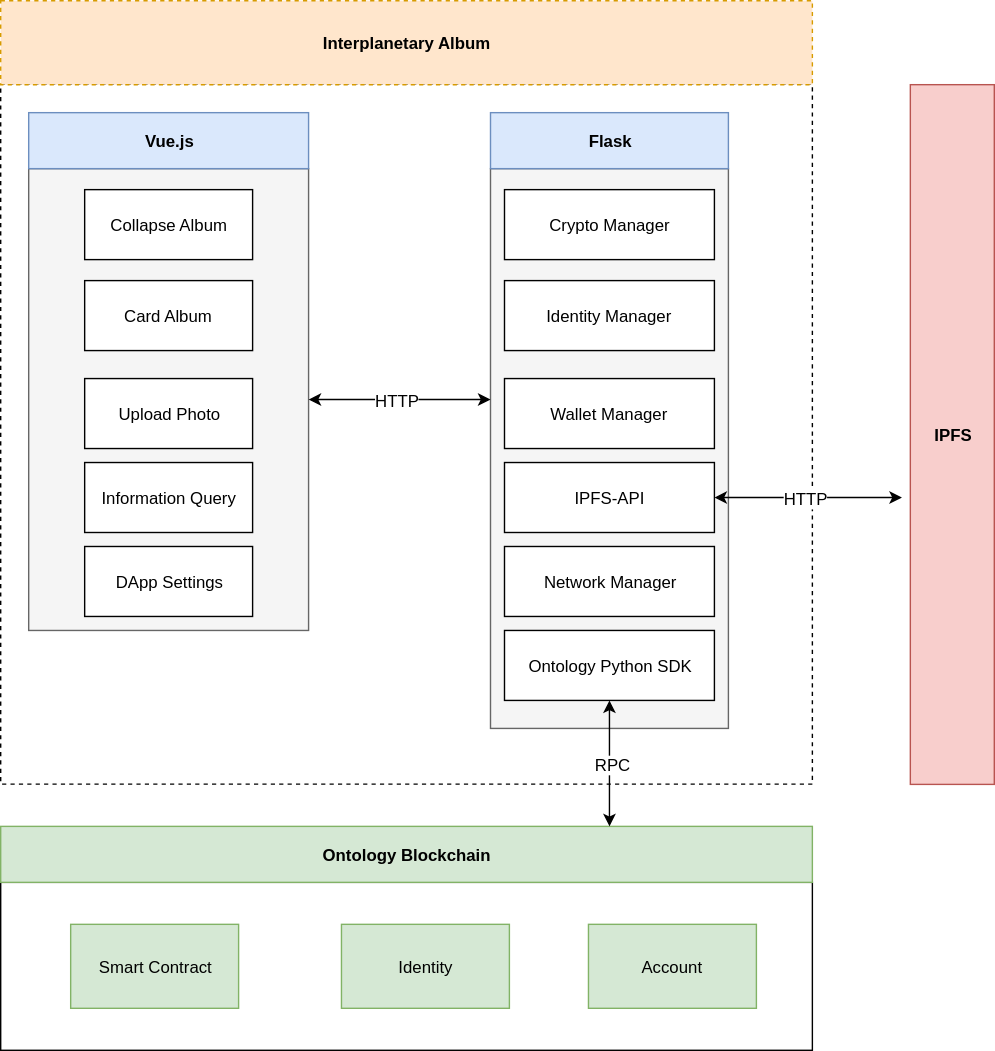
This is img/interplanetary-album.svg from punica-box/interplanetary-album-box, a draw.io export, as it was before one commit. Source tidied: cells renumbered, new cells last; positions are measured from the earlier drawing's top-left corner, leaving out a move shared by most shapes.
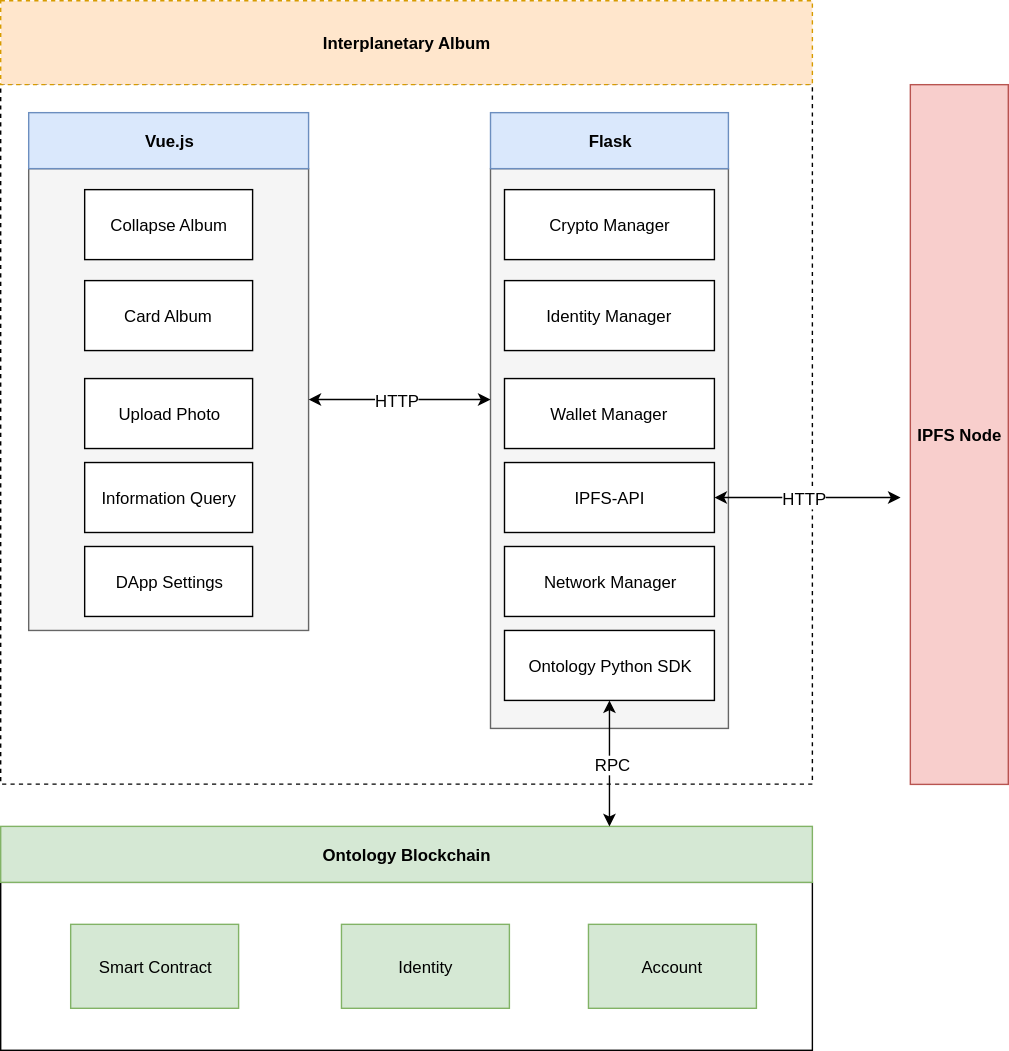
The same diagram one commit later.

The edit, as a diff of the source:
```diff
@@ -78,8 +78,8 @@
     <mxCell id="25" value="Identity" style="rounded=0;whiteSpace=wrap;html=1;fillColor=#d5e8d4;strokeColor=#82b366;" parent="1" vertex="1">
       <mxGeometry x="243.5" y="660" width="120" height="60" as="geometry" />
     </mxCell>
-    <mxCell id="26" value="&lt;b&gt;IPFS&lt;/b&gt;" style="rounded=0;whiteSpace=wrap;html=1;fillColor=#f8cecc;strokeColor=#b85450;" parent="1" vertex="1">
-      <mxGeometry x="650" y="60" width="60" height="500" as="geometry" />
+    <mxCell id="26" value="&lt;b&gt;IPFS Node&lt;br&gt;&lt;/b&gt;" style="rounded=0;whiteSpace=wrap;html=1;fillColor=#f8cecc;strokeColor=#b85450;" parent="1" vertex="1">
+      <mxGeometry x="650" y="60" width="70" height="500" as="geometry" />
     </mxCell>
     <mxCell id="27" value="IPFS-API" style="rounded=0;whiteSpace=wrap;html=1;" parent="1" vertex="1">
       <mxGeometry x="360" y="330" width="150" height="50" as="geometry" />
```
